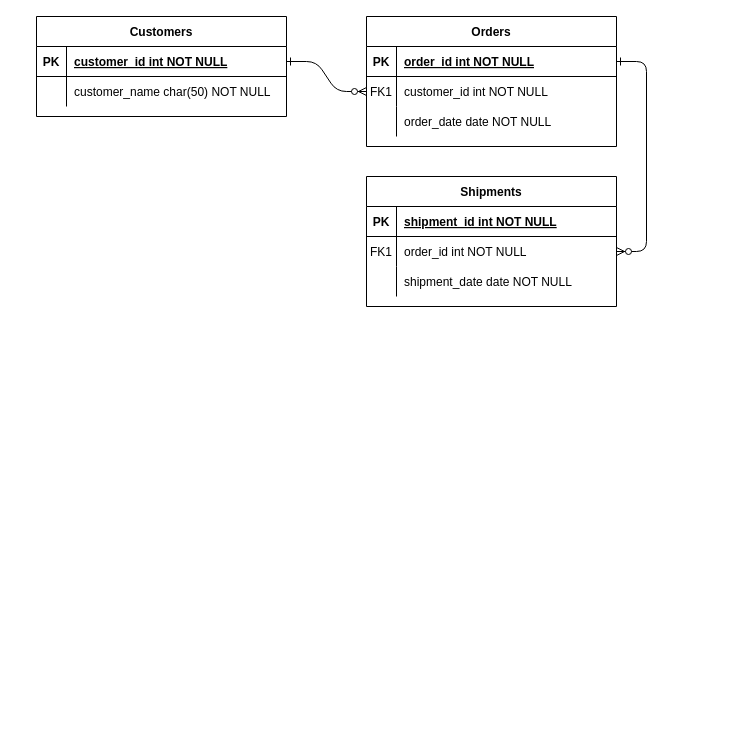
This is page "Page-1" (1 of 2) of Diagram Tanpa Judul.drawio from juanangelaalma/uml, a draw.io file, before an edit. Source tidied: cells renumbered, new cells numbered last; positions are measured from the earlier drawing's top-left corner, leaving out a move shared by most shapes. Both pictures are drawn from the tidied source at 100%, with x=0, y=0 at pixel (36, 16).
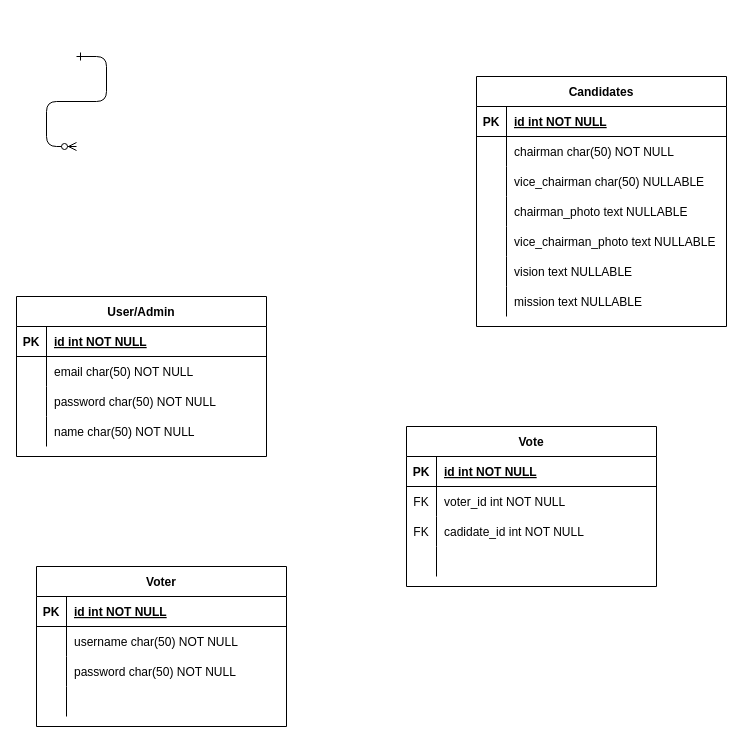
The same diagram, later.

The change refers to these unchanged cells:
```xml
<mxCell id="5" style="shape=partialRectangle;fillColor=none;points=[[0,0.5],[1,0.5]];portConstraint=eastwest;top=0;left=0;right=0;bottom=1;" parent="4" vertex="1">
  <mxGeometry y="30" width="250" height="30" as="geometry" />
</mxCell>
<mxCell id="8" style="shape=partialRectangle;fillColor=none;points=[[0,0.5],[1,0.5]];portConstraint=eastwest;top=0;left=0;right=0;bottom=0;" parent="4" vertex="1">
  <mxGeometry y="60" width="250" height="30" as="geometry" />
</mxCell>
<mxCell id="25" style="shape=partialRectangle;fillColor=none;points=[[0,0.5],[1,0.5]];portConstraint=eastwest;top=0;left=0;right=0;bottom=1;" parent="24" vertex="1">
  <mxGeometry y="30" width="250" height="30" as="geometry" />
</mxCell>
```

Diff of the diagram source:
```diff
@@
-    <mxCell id="2" style="edgeStyle=entityRelationEdgeStyle;endArrow=ERzeroToMany;startArrow=ERone;endFill=1;startFill=0;" parent="1" edge="1" source="25" target="8">
-      <mxGeometry relative="1" as="geometry" />
+    <mxCell id="2" style="edgeStyle=entityRelationEdgeStyle;endArrow=ERzeroToMany;startArrow=ERone;endFill=1;startFill=0;" parent="1" edge="1">
+      <mxGeometry relative="1" as="geometry">
+        <mxPoint x="40" y="40" as="sourcePoint" />
+        <mxPoint x="40" y="130" as="targetPoint" />
+      </mxGeometry>
     </mxCell>
-    <mxCell id="3" style="edgeStyle=entityRelationEdgeStyle;endArrow=ERzeroToMany;startArrow=ERone;endFill=1;startFill=0;" parent="1" edge="1" source="5" target="18">
-      <mxGeometry relative="1" as="geometry" />
-    </mxCell>
-    <mxCell id="4" value="Orders" style="shape=table;startSize=30;childLayout=tableLayout;rowLines=0;fontStyle=1;align=center;" parent="1" vertex="1">
-      <mxGeometry x="330" width="250" height="130" as="geometry" />
+    <mxCell id="4" value="Candidates" style="shape=table;startSize=30;childLayout=tableLayout;rowLines=0;fontStyle=1;align=center;" parent="1" vertex="1">
+      <mxGeometry x="440" y="60" width="250" height="250" as="geometry" />
     </mxCell>
@@
-    <mxCell id="7" value="order_id int NOT NULL " style="shape=partialRectangle;overflow=hidden;fillColor=none;top=0;left=0;bottom=0;right=0;align=left;spacingLeft=6;fontStyle=5;" parent="5" vertex="1">
+    <mxCell id="7" value="id int NOT NULL " style="shape=partialRectangle;overflow=hidden;fillColor=none;top=0;left=0;bottom=0;right=0;align=left;spacingLeft=6;fontStyle=5;" parent="5" vertex="1">
       <mxGeometry x="30" width="220" height="30" as="geometry" />
     </mxCell>
@@
-    <mxCell id="9" value="FK1" style="shape=partialRectangle;overflow=hidden;fillColor=none;top=0;left=0;bottom=0;right=0;" parent="8" vertex="1">
+    <mxCell id="9" style="shape=partialRectangle;overflow=hidden;fillColor=none;top=0;left=0;bottom=0;right=0;" parent="8" vertex="1">
       <mxGeometry width="30" height="30" as="geometry" />
     </mxCell>
-    <mxCell id="10" value="customer_id int NOT NULL" style="shape=partialRectangle;overflow=hidden;fillColor=none;top=0;left=0;bottom=0;right=0;align=left;spacingLeft=6;" parent="8" vertex="1">
+    <mxCell id="10" value="chairman char(50) NOT NULL" style="shape=partialRectangle;overflow=hidden;fillColor=none;top=0;left=0;bottom=0;right=0;align=left;spacingLeft=6;" parent="8" vertex="1">
       <mxGeometry x="30" width="220" height="30" as="geometry" />
     </mxCell>
+    <mxCell id="31" style="shape=partialRectangle;fillColor=none;top=0;left=0;right=0;bottom=0;" parent="4" vertex="1">
+      <mxGeometry y="90" width="250" height="30" as="geometry" />
+    </mxCell>
+    <mxCell id="32" style="shape=partialRectangle;overflow=hidden;fillColor=none;top=0;left=0;bottom=0;right=0;" parent="31" vertex="1">
+      <mxGeometry width="30" height="30" as="geometry" />
+    </mxCell>
+    <mxCell id="33" value="vice_chairman char(50) NULLABLE" style="shape=partialRectangle;overflow=hidden;fillColor=none;top=0;left=0;bottom=0;right=0;align=left;spacingLeft=6;" parent="31" vertex="1">
+      <mxGeometry x="30" width="220" height="30" as="geometry" />
+    </mxCell>
+    <mxCell id="34" style="shape=partialRectangle;fillColor=none;top=0;left=0;right=0;bottom=0;" parent="4" vertex="1">
+      <mxGeometry y="120" width="250" height="30" as="geometry" />
+    </mxCell>
+    <mxCell id="35" style="shape=partialRectangle;overflow=hidden;fillColor=none;top=0;left=0;bottom=0;right=0;" parent="34" vertex="1">
+      <mxGeometry width="30" height="30" as="geometry" />
+    </mxCell>
+    <mxCell id="36" value="chairman_photo text NULLABLE" style="shape=partialRectangle;overflow=hidden;fillColor=none;top=0;left=0;bottom=0;right=0;align=left;spacingLeft=6;" parent="34" vertex="1">
+      <mxGeometry x="30" width="220" height="30" as="geometry" />
+    </mxCell>
+    <mxCell id="37" style="shape=partialRectangle;fillColor=none;top=0;left=0;right=0;bottom=0;" parent="4" vertex="1">
+      <mxGeometry y="150" width="250" height="30" as="geometry" />
+    </mxCell>
+    <mxCell id="38" style="shape=partialRectangle;overflow=hidden;fillColor=none;top=0;left=0;bottom=0;right=0;" parent="37" vertex="1">
+      <mxGeometry width="30" height="30" as="geometry" />
+    </mxCell>
+    <mxCell id="39" value="vice_chairman_photo text NULLABLE" style="shape=partialRectangle;overflow=hidden;fillColor=none;top=0;left=0;bottom=0;right=0;align=left;spacingLeft=6;" parent="37" vertex="1">
+      <mxGeometry x="30" width="220" height="30" as="geometry" />
+    </mxCell>
+    <mxCell id="40" style="shape=partialRectangle;fillColor=none;top=0;left=0;right=0;bottom=0;" parent="4" vertex="1">
+      <mxGeometry y="180" width="250" height="30" as="geometry" />
+    </mxCell>
+    <mxCell id="41" style="shape=partialRectangle;overflow=hidden;fillColor=none;top=0;left=0;bottom=0;right=0;" parent="40" vertex="1">
+      <mxGeometry width="30" height="30" as="geometry" />
+    </mxCell>
+    <mxCell id="42" value="vision text NULLABLE" style="shape=partialRectangle;overflow=hidden;fillColor=none;top=0;left=0;bottom=0;right=0;align=left;spacingLeft=6;" parent="40" vertex="1">
+      <mxGeometry x="30" width="220" height="30" as="geometry" />
+    </mxCell>
     <mxCell id="11" style="shape=partialRectangle;fillColor=none;top=0;left=0;right=0;bottom=0;" parent="4" vertex="1">
-      <mxGeometry y="90" width="250" height="30" as="geometry" />
+      <mxGeometry y="210" width="250" height="30" as="geometry" />
     </mxCell>
@@
-    <mxCell id="13" value="order_date date NOT NULL" style="shape=partialRectangle;overflow=hidden;fillColor=none;top=0;left=0;bottom=0;right=0;align=left;spacingLeft=6;" parent="11" vertex="1">
+    <mxCell id="13" value="mission text NULLABLE" style="shape=partialRectangle;overflow=hidden;fillColor=none;top=0;left=0;bottom=0;right=0;align=left;spacingLeft=6;" parent="11" vertex="1">
       <mxGeometry x="30" width="220" height="30" as="geometry" />
     </mxCell>
-    <mxCell id="14" value="Shipments" style="shape=table;startSize=30;childLayout=tableLayout;rowLines=0;fontStyle=1;align=center;" parent="1" vertex="1">
-      <mxGeometry x="330" y="160" width="250" height="130" as="geometry" />
-    </mxCell>
-    <mxCell id="15" style="shape=partialRectangle;fillColor=none;top=0;left=0;right=0;bottom=1;" parent="14" vertex="1">
-      <mxGeometry y="30" width="250" height="30" as="geometry" />
-    </mxCell>
-    <mxCell id="16" value="PK" style="shape=partialRectangle;overflow=hidden;fillColor=none;top=0;left=0;bottom=0;right=0;fontStyle=1;" parent="15" vertex="1">
-      <mxGeometry width="30" height="30" as="geometry" />
-    </mxCell>
-    <mxCell id="17" value="shipment_id int NOT NULL " style="shape=partialRectangle;overflow=hidden;fillColor=none;top=0;left=0;bottom=0;right=0;align=left;spacingLeft=6;fontStyle=5;" parent="15" vertex="1">
-      <mxGeometry x="30" width="220" height="30" as="geometry" />
-    </mxCell>
-    <mxCell id="18" style="shape=partialRectangle;fillColor=none;points=[[0,0.5],[1,0.5]];portConstraint=eastwest;top=0;left=0;right=0;bottom=0;" parent="14" vertex="1">
-      <mxGeometry y="60" width="250" height="30" as="geometry" />
-    </mxCell>
-    <mxCell id="19" value="FK1" style="shape=partialRectangle;overflow=hidden;fillColor=none;top=0;left=0;bottom=0;right=0;" parent="18" vertex="1">
-      <mxGeometry width="30" height="30" as="geometry" />
-    </mxCell>
-    <mxCell id="20" value="order_id int NOT NULL" style="shape=partialRectangle;overflow=hidden;fillColor=none;top=0;left=0;bottom=0;right=0;align=left;spacingLeft=6;" parent="18" vertex="1">
-      <mxGeometry x="30" width="220" height="30" as="geometry" />
-    </mxCell>
-    <mxCell id="21" style="shape=partialRectangle;fillColor=none;top=0;left=0;right=0;bottom=0;" parent="14" vertex="1">
-      <mxGeometry y="90" width="250" height="30" as="geometry" />
-    </mxCell>
-    <mxCell id="22" style="shape=partialRectangle;overflow=hidden;fillColor=none;top=0;left=0;bottom=0;right=0;" parent="21" vertex="1">
-      <mxGeometry width="30" height="30" as="geometry" />
-    </mxCell>
-    <mxCell id="23" value="shipment_date date NOT NULL" style="shape=partialRectangle;overflow=hidden;fillColor=none;top=0;left=0;bottom=0;right=0;align=left;spacingLeft=6;" parent="21" vertex="1">
-      <mxGeometry x="30" width="220" height="30" as="geometry" />
-    </mxCell>
-    <mxCell id="24" value="Customers" style="shape=table;startSize=30;childLayout=tableLayout;rowLines=0;fontStyle=1;align=center;" parent="1" vertex="1">
-      <mxGeometry width="250" height="100" as="geometry" />
+    <mxCell id="24" value="User/Admin" style="shape=table;startSize=30;childLayout=tableLayout;rowLines=0;fontStyle=1;align=center;" parent="1" vertex="1">
+      <mxGeometry x="-20" y="280" width="250" height="160" as="geometry" />
     </mxCell>
@@
-    <mxCell id="27" value="customer_id int NOT NULL " style="shape=partialRectangle;overflow=hidden;fillColor=none;top=0;left=0;bottom=0;right=0;align=left;spacingLeft=6;fontStyle=5;" parent="25" vertex="1">
+    <mxCell id="27" value="id int NOT NULL " style="shape=partialRectangle;overflow=hidden;fillColor=none;top=0;left=0;bottom=0;right=0;align=left;spacingLeft=6;fontStyle=5;" parent="25" vertex="1">
       <mxGeometry x="30" width="220" height="30" as="geometry" />
     </mxCell>
+    <mxCell id="43" style="shape=partialRectangle;fillColor=none;top=0;left=0;right=0;bottom=0;" parent="24" vertex="1">
+      <mxGeometry y="60" width="250" height="30" as="geometry" />
+    </mxCell>
+    <mxCell id="44" style="shape=partialRectangle;overflow=hidden;fillColor=none;top=0;left=0;bottom=0;right=0;" parent="43" vertex="1">
+      <mxGeometry width="30" height="30" as="geometry" />
+    </mxCell>
+    <mxCell id="45" value="email char(50) NOT NULL" style="shape=partialRectangle;overflow=hidden;fillColor=none;top=0;left=0;bottom=0;right=0;align=left;spacingLeft=6;" parent="43" vertex="1">
+      <mxGeometry x="30" width="220" height="30" as="geometry" />
+    </mxCell>
+    <mxCell id="46" style="shape=partialRectangle;fillColor=none;top=0;left=0;right=0;bottom=0;" parent="24" vertex="1">
+      <mxGeometry y="90" width="250" height="30" as="geometry" />
+    </mxCell>
+    <mxCell id="47" style="shape=partialRectangle;overflow=hidden;fillColor=none;top=0;left=0;bottom=0;right=0;" parent="46" vertex="1">
+      <mxGeometry width="30" height="30" as="geometry" />
+    </mxCell>
+    <mxCell id="48" value="password char(50) NOT NULL" style="shape=partialRectangle;overflow=hidden;fillColor=none;top=0;left=0;bottom=0;right=0;align=left;spacingLeft=6;" parent="46" vertex="1">
+      <mxGeometry x="30" width="220" height="30" as="geometry" />
+    </mxCell>
     <mxCell id="28" style="shape=partialRectangle;fillColor=none;top=0;left=0;right=0;bottom=0;" parent="24" vertex="1">
-      <mxGeometry y="60" width="250" height="30" as="geometry" />
+      <mxGeometry y="120" width="250" height="30" as="geometry" />
     </mxCell>
@@
-    <mxCell id="30" value="customer_name char(50) NOT NULL" style="shape=partialRectangle;overflow=hidden;fillColor=none;top=0;left=0;bottom=0;right=0;align=left;spacingLeft=6;" parent="28" vertex="1">
+    <mxCell id="30" value="name char(50) NOT NULL" style="shape=partialRectangle;overflow=hidden;fillColor=none;top=0;left=0;bottom=0;right=0;align=left;spacingLeft=6;" parent="28" vertex="1">
       <mxGeometry x="30" width="220" height="30" as="geometry" />
     </mxCell>
+    <mxCell id="49" value="Voter" style="shape=table;startSize=30;childLayout=tableLayout;rowLines=0;fontStyle=1;align=center;" parent="1" vertex="1">
+      <mxGeometry y="550" width="250" height="160" as="geometry" />
+    </mxCell>
+    <mxCell id="50" style="shape=partialRectangle;fillColor=none;top=0;left=0;right=0;bottom=1;" parent="49" vertex="1">
+      <mxGeometry y="30" width="250" height="30" as="geometry" />
+    </mxCell>
+    <mxCell id="51" value="PK" style="shape=partialRectangle;overflow=hidden;fillColor=none;top=0;left=0;bottom=0;right=0;fontStyle=1;" parent="50" vertex="1">
+      <mxGeometry width="30" height="30" as="geometry" />
+    </mxCell>
+    <mxCell id="52" value="id int NOT NULL " style="shape=partialRectangle;overflow=hidden;fillColor=none;top=0;left=0;bottom=0;right=0;align=left;spacingLeft=6;fontStyle=5;" parent="50" vertex="1">
+      <mxGeometry x="30" width="220" height="30" as="geometry" />
+    </mxCell>
+    <mxCell id="53" style="shape=partialRectangle;fillColor=none;top=0;left=0;right=0;bottom=0;" parent="49" vertex="1">
+      <mxGeometry y="60" width="250" height="30" as="geometry" />
+    </mxCell>
+    <mxCell id="54" style="shape=partialRectangle;overflow=hidden;fillColor=none;top=0;left=0;bottom=0;right=0;" parent="53" vertex="1">
+      <mxGeometry width="30" height="30" as="geometry" />
+    </mxCell>
+    <mxCell id="55" value="username char(50) NOT NULL" style="shape=partialRectangle;overflow=hidden;fillColor=none;top=0;left=0;bottom=0;right=0;align=left;spacingLeft=6;" parent="53" vertex="1">
+      <mxGeometry x="30" width="220" height="30" as="geometry" />
+    </mxCell>
+    <mxCell id="56" style="shape=partialRectangle;fillColor=none;top=0;left=0;right=0;bottom=0;" parent="49" vertex="1">
+      <mxGeometry y="90" width="250" height="30" as="geometry" />
+    </mxCell>
+    <mxCell id="57" style="shape=partialRectangle;overflow=hidden;fillColor=none;top=0;left=0;bottom=0;right=0;" parent="56" vertex="1">
+      <mxGeometry width="30" height="30" as="geometry" />
+    </mxCell>
+    <mxCell id="58" value="password char(50) NOT NULL" style="shape=partialRectangle;overflow=hidden;fillColor=none;top=0;left=0;bottom=0;right=0;align=left;spacingLeft=6;" parent="56" vertex="1">
+      <mxGeometry x="30" width="220" height="30" as="geometry" />
+    </mxCell>
+    <mxCell id="59" style="shape=partialRectangle;fillColor=none;top=0;left=0;right=0;bottom=0;" parent="49" vertex="1">
+      <mxGeometry y="120" width="250" height="30" as="geometry" />
+    </mxCell>
+    <mxCell id="60" style="shape=partialRectangle;overflow=hidden;fillColor=none;top=0;left=0;bottom=0;right=0;" parent="59" vertex="1">
+      <mxGeometry width="30" height="30" as="geometry" />
+    </mxCell>
+    <mxCell id="61" style="shape=partialRectangle;overflow=hidden;fillColor=none;top=0;left=0;bottom=0;right=0;align=left;spacingLeft=6;" parent="59" vertex="1">
+      <mxGeometry x="30" width="220" height="30" as="geometry" />
+    </mxCell>
+    <mxCell id="62" value="Vote" style="shape=table;startSize=30;childLayout=tableLayout;rowLines=0;fontStyle=1;align=center;" parent="1" vertex="1">
+      <mxGeometry x="370" y="410" width="250" height="160" as="geometry" />
+    </mxCell>
+    <mxCell id="63" style="shape=partialRectangle;fillColor=none;top=0;left=0;right=0;bottom=1;" parent="62" vertex="1">
+      <mxGeometry y="30" width="250" height="30" as="geometry" />
+    </mxCell>
+    <mxCell id="64" value="PK" style="shape=partialRectangle;overflow=hidden;fillColor=none;top=0;left=0;bottom=0;right=0;fontStyle=1;" parent="63" vertex="1">
+      <mxGeometry width="30" height="30" as="geometry" />
+    </mxCell>
+    <mxCell id="65" value="id int NOT NULL " style="shape=partialRectangle;overflow=hidden;fillColor=none;top=0;left=0;bottom=0;right=0;align=left;spacingLeft=6;fontStyle=5;" parent="63" vertex="1">
+      <mxGeometry x="30" width="220" height="30" as="geometry" />
+    </mxCell>
+    <mxCell id="66" style="shape=partialRectangle;fillColor=none;top=0;left=0;right=0;bottom=0;" parent="62" vertex="1">
+      <mxGeometry y="60" width="250" height="30" as="geometry" />
+    </mxCell>
+    <mxCell id="67" value="FK" style="shape=partialRectangle;overflow=hidden;fillColor=none;top=0;left=0;bottom=0;right=0;" parent="66" vertex="1">
+      <mxGeometry width="30" height="30" as="geometry" />
+    </mxCell>
+    <mxCell id="68" value="voter_id int NOT NULL" style="shape=partialRectangle;overflow=hidden;fillColor=none;top=0;left=0;bottom=0;right=0;align=left;spacingLeft=6;" parent="66" vertex="1">
+      <mxGeometry x="30" width="220" height="30" as="geometry" />
+    </mxCell>
+    <mxCell id="69" style="shape=partialRectangle;fillColor=none;top=0;left=0;right=0;bottom=0;" parent="62" vertex="1">
+      <mxGeometry y="90" width="250" height="30" as="geometry" />
+    </mxCell>
+    <mxCell id="70" value="FK" style="shape=partialRectangle;overflow=hidden;fillColor=none;top=0;left=0;bottom=0;right=0;" parent="69" vertex="1">
+      <mxGeometry width="30" height="30" as="geometry" />
+    </mxCell>
+    <mxCell id="71" value="cadidate_id int NOT NULL" style="shape=partialRectangle;overflow=hidden;fillColor=none;top=0;left=0;bottom=0;right=0;align=left;spacingLeft=6;" parent="69" vertex="1">
+      <mxGeometry x="30" width="220" height="30" as="geometry" />
+    </mxCell>
+    <mxCell id="72" style="shape=partialRectangle;fillColor=none;top=0;left=0;right=0;bottom=0;" parent="62" vertex="1">
+      <mxGeometry y="120" width="250" height="30" as="geometry" />
+    </mxCell>
+    <mxCell id="73" style="shape=partialRectangle;overflow=hidden;fillColor=none;top=0;left=0;bottom=0;right=0;" parent="72" vertex="1">
+      <mxGeometry width="30" height="30" as="geometry" />
+    </mxCell>
+    <mxCell id="74" style="shape=partialRectangle;overflow=hidden;fillColor=none;top=0;left=0;bottom=0;right=0;align=left;spacingLeft=6;" parent="72" vertex="1">
+      <mxGeometry x="30" width="220" height="30" as="geometry" />
+    </mxCell>
```
